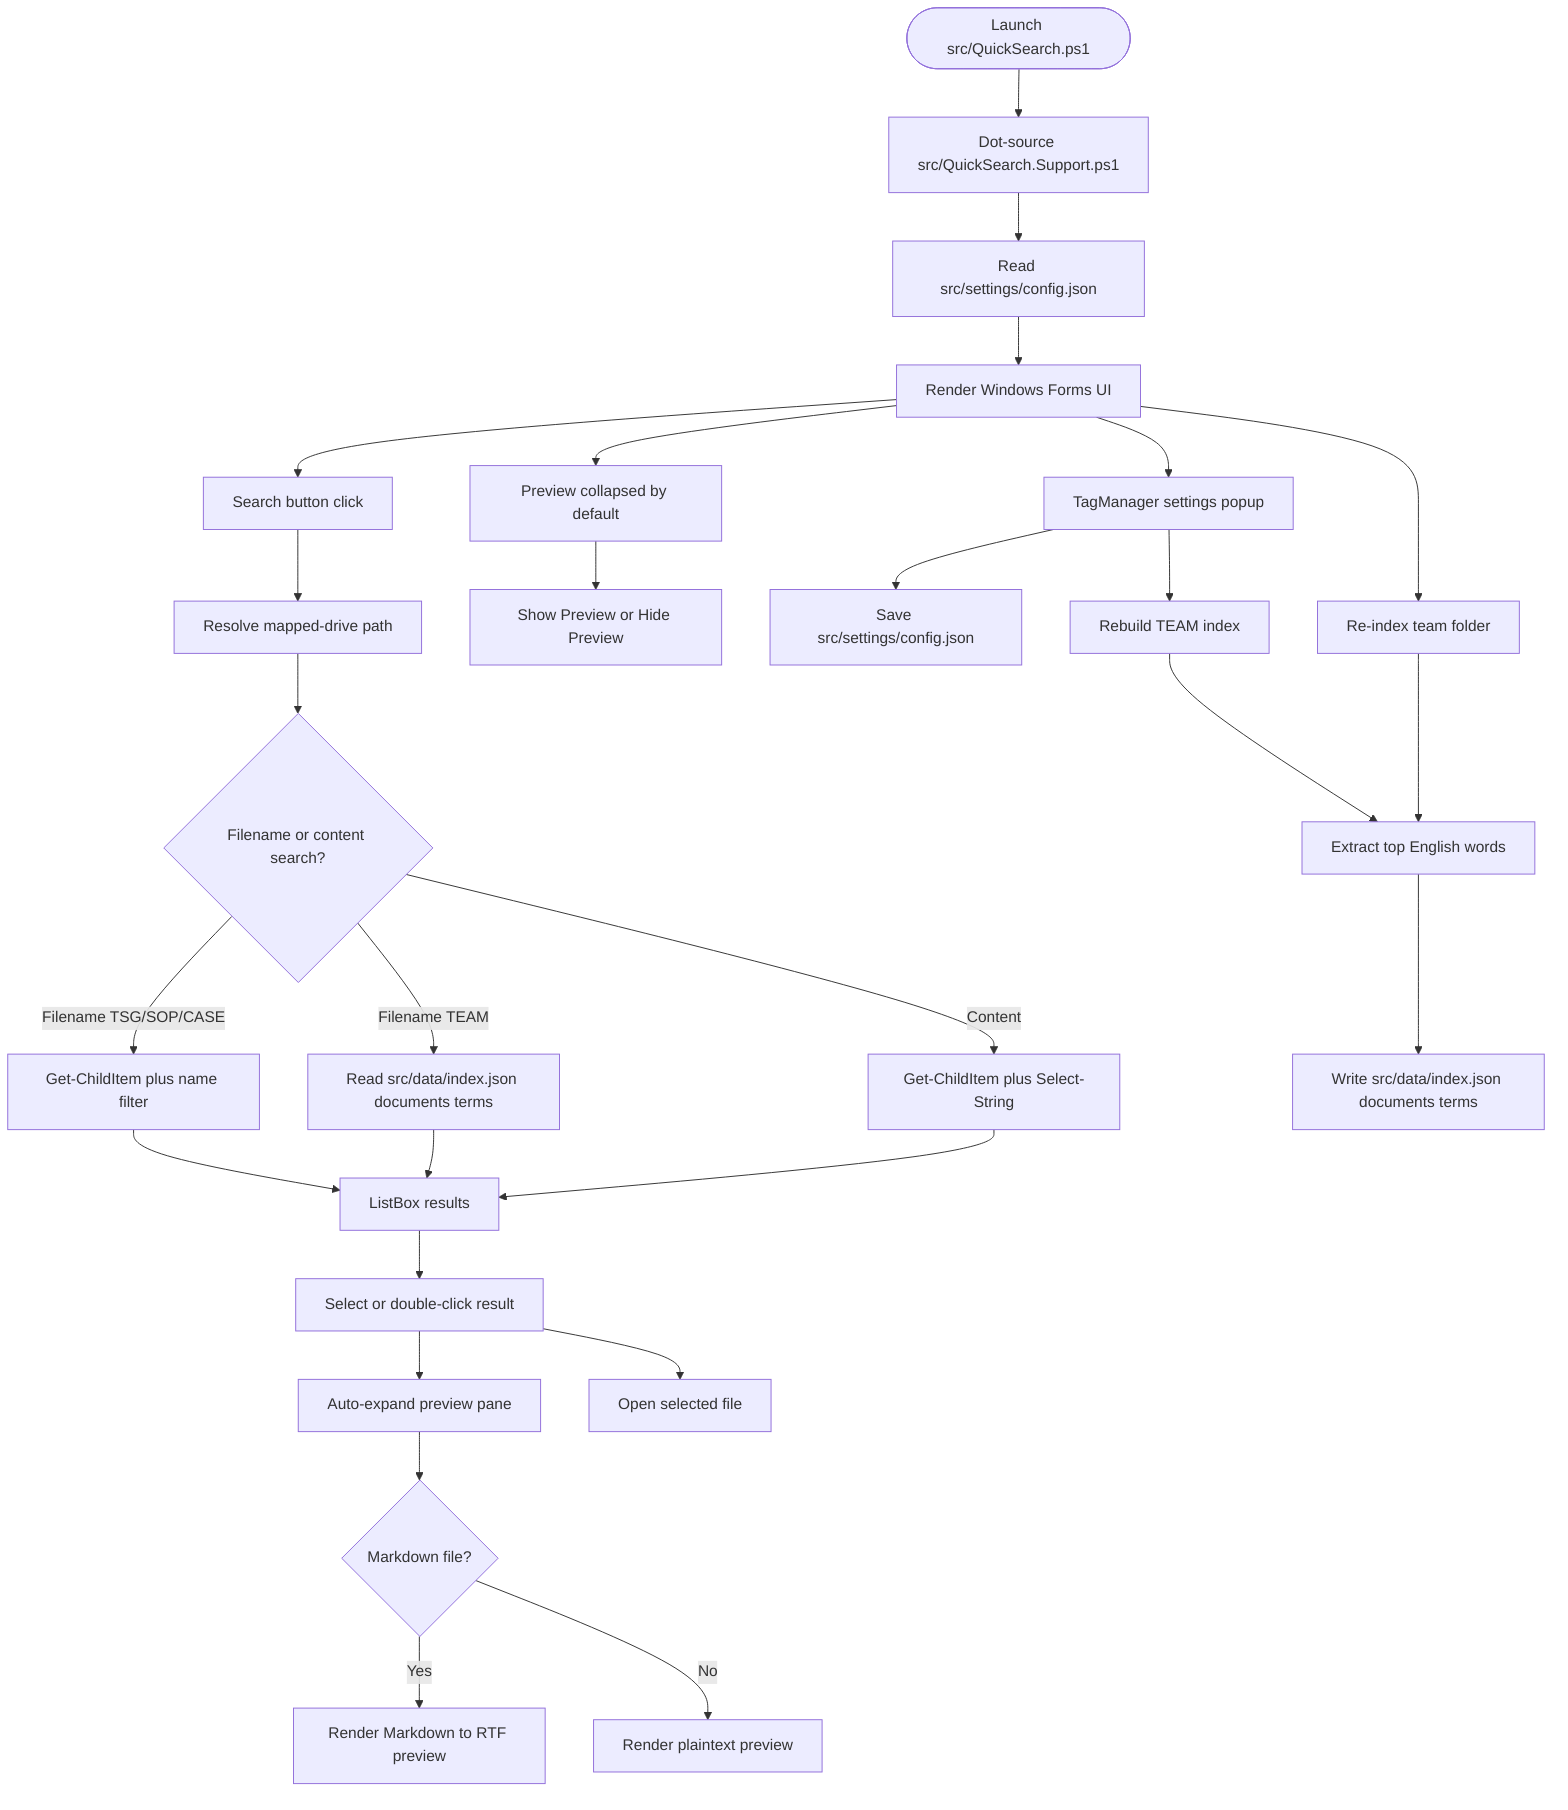
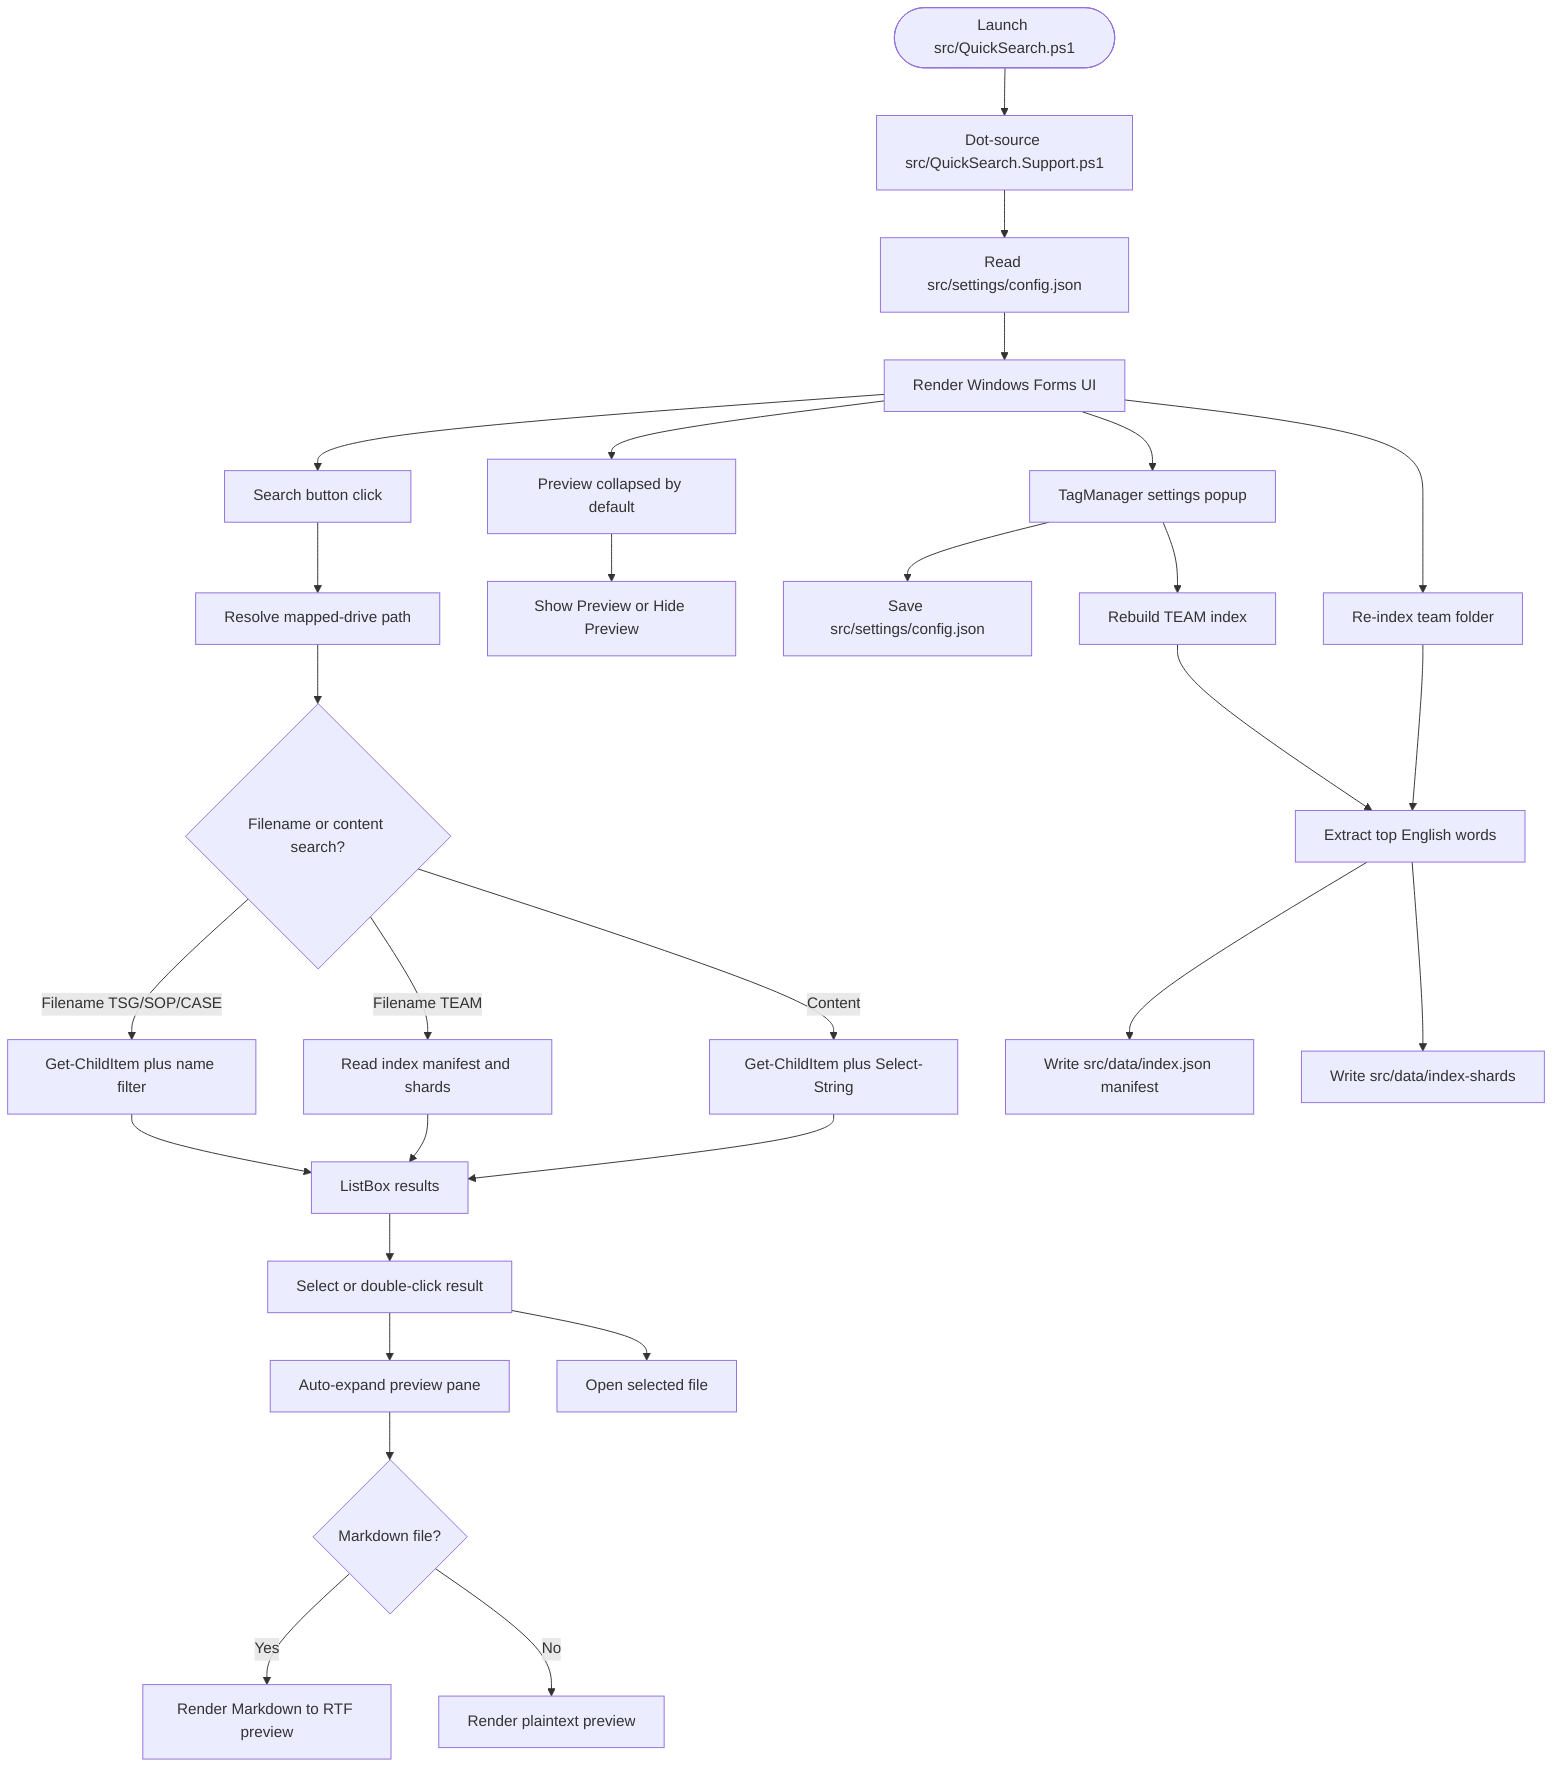
flowchart TD
  Start([Launch src/QuickSearch.ps1]) --> LoadSupport[Dot-source src/QuickSearch.Support.ps1]
  LoadSupport --> ReadConfig[Read src/settings/config.json]
  ReadConfig --> RenderUI[Render Windows Forms UI]
  RenderUI --> SearchClick[Search button click]
  SearchClick --> ResolvePath[Resolve mapped-drive path]
  ResolvePath --> SelectMode{Filename or content search?}
  SelectMode -->|Filename TSG/SOP/CASE| FilenameSearch[Get-ChildItem plus name filter]
-   SelectMode -->|Filename TEAM| TagIndexSearch[Read src/data/index.json documents terms]
+   SelectMode -->|Filename TEAM| TagIndexSearch[Read index manifest and shards]
  SelectMode -->|Content| ContentSearch[Get-ChildItem plus Select-String]
  FilenameSearch --> Results[ListBox results]
  TagIndexSearch --> Results
  ContentSearch --> Results
  Results --> SelectResult[Select or double-click result]
  RenderUI --> PreviewCollapsed[Preview collapsed by default]
  PreviewCollapsed --> PreviewToggle[Show Preview or Hide Preview]
  SelectResult --> AutoExpand[Auto-expand preview pane]
  AutoExpand --> PreviewMode{Markdown file?}
  PreviewMode -->|Yes| MarkdownPreview[Render Markdown to RTF preview]
  PreviewMode -->|No| PlainPreview[Render plaintext preview]
  SelectResult --> Open[Open selected file]
  RenderUI --> TagManager[TagManager settings popup]
  TagManager --> SaveConfig[Save src/settings/config.json]
  TagManager --> PopupReindex[Rebuild TEAM index]
  RenderUI --> Reindex[Re-index team folder]
  Reindex --> ExtractTags[Extract top English words]
  PopupReindex --> ExtractTags
-   ExtractTags --> IndexJson[Write src/data/index.json documents terms]+   ExtractTags --> IndexJson[Write src/data/index.json manifest]
+   ExtractTags --> IndexShards[Write src/data/index-shards]